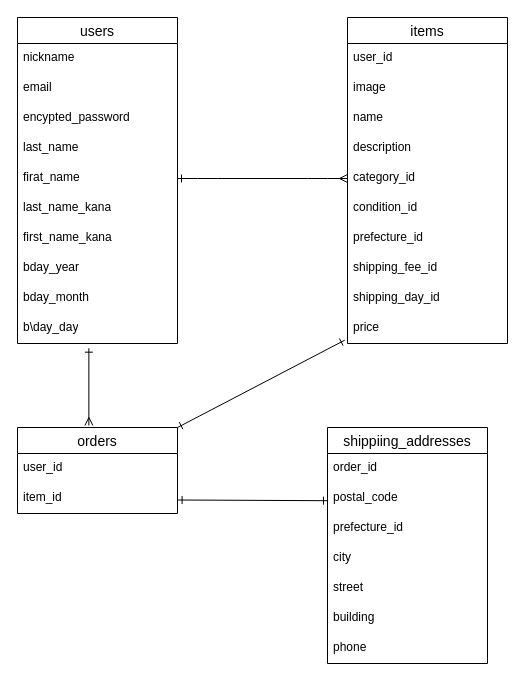
Earlier version of the draw.io diagram ER.dio (mipei02091218/furima-41811-). Source tidied: cells renumbered, new cells numbered last; positions are measured from the earlier drawing's top-left corner, leaving out a move shared by most shapes. Both pictures are drawn from the tidied source at 100%, with x=0, y=0 at pixel (17, 17).
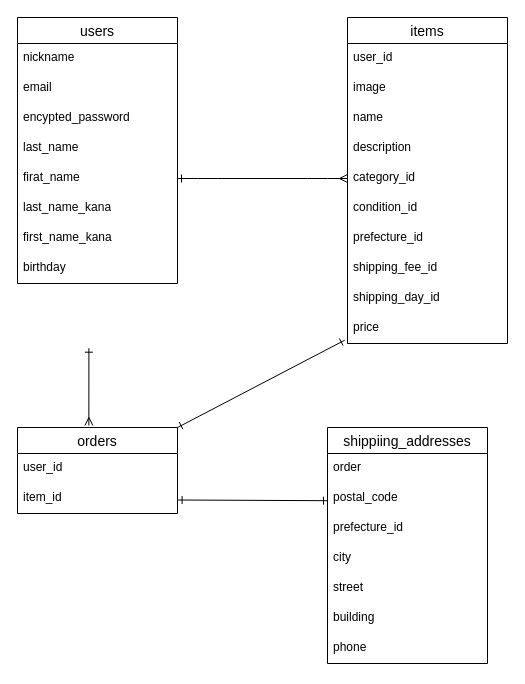
The same page after the edit.

Commit message (it also covers changes not shown here):
ER図とREADMEの修正２

The change refers to these unchanged cells:
```xml
<mxCell id="24" value="orders" style="swimlane;fontStyle=0;horizontal=1;startSize=26;align=center;fontSize=14;" parent="1" vertex="1">
  <mxGeometry y="410" width="160" height="86" as="geometry" />
</mxCell>
<mxCell id="27" value="shippiing_addresses" style="swimlane;fontStyle=0;horizontal=1;startSize=26;align=center;fontSize=14;" parent="1" vertex="1">
  <mxGeometry x="310" y="410" width="160" height="236" as="geometry" />
</mxCell>
```

What changed in the source:
```diff
@@
     <mxCell id="2" value="users" style="swimlane;fontStyle=0;horizontal=1;startSize=26;align=center;fontSize=14;" parent="1" vertex="1">
-      <mxGeometry width="160" height="326" as="geometry" />
+      <mxGeometry width="160" height="266" as="geometry" />
     </mxCell>
@@
-    <mxCell id="10" value="bday_year" style="text;strokeColor=none;fillColor=none;spacingLeft=4;spacingRight=4;overflow=hidden;fontSize=12;whiteSpace=wrap;html=1;" parent="2" vertex="1">
+    <mxCell id="10" value="birthday" style="text;strokeColor=none;fillColor=none;spacingLeft=4;spacingRight=4;overflow=hidden;fontSize=12;whiteSpace=wrap;html=1;" parent="2" vertex="1">
       <mxGeometry y="236" width="160" height="30" as="geometry" />
     </mxCell>
-    <mxCell id="11" value="bday_month" style="text;strokeColor=none;fillColor=none;spacingLeft=4;spacingRight=4;overflow=hidden;fontSize=12;whiteSpace=wrap;html=1;" parent="2" vertex="1">
-      <mxGeometry y="266" width="160" height="30" as="geometry" />
-    </mxCell>
-    <mxCell id="12" value="b\day_day" style="text;strokeColor=none;fillColor=none;spacingLeft=4;spacingRight=4;overflow=hidden;points=[[0,0.5],[1,0.5]];portConstraint=eastwest;fontSize=12;whiteSpace=wrap;html=1;" parent="2" vertex="1">
-      <mxGeometry y="296" width="160" height="30" as="geometry" />
-    </mxCell>
@@
-    <mxCell id="28" value="order_id" style="text;strokeColor=none;fillColor=none;spacingLeft=4;spacingRight=4;overflow=hidden;fontSize=12;whiteSpace=wrap;html=1;" parent="27" vertex="1">
+    <mxCell id="28" value="order" style="text;strokeColor=none;fillColor=none;spacingLeft=4;spacingRight=4;overflow=hidden;fontSize=12;whiteSpace=wrap;html=1;" parent="27" vertex="1">
       <mxGeometry y="26" width="160" height="30" as="geometry" />
     </mxCell>
@@
-    <mxCell id="38" style="endArrow=ERmany;html=1;rounded=0;entryX=0.446;entryY=-0.023;entryDx=0;entryDy=0;entryPerimeter=0;exitX=0.446;exitY=1.156;exitDx=0;exitDy=0;exitPerimeter=0;startArrow=ERone;startFill=0;endFill=0;" parent="1" edge="1" source="12" target="24">
-      <mxGeometry relative="1" as="geometry" />
+    <mxCell id="38" style="endArrow=ERmany;html=1;rounded=0;entryX=0.446;entryY=-0.023;entryDx=0;entryDy=0;entryPerimeter=0;exitX=0.446;exitY=1.156;exitDx=0;exitDy=0;exitPerimeter=0;startArrow=ERone;startFill=0;endFill=0;" parent="1" edge="1" target="24">
+      <mxGeometry relative="1" as="geometry">
+        <mxPoint x="71.4" y="330.7" as="sourcePoint" />
+      </mxGeometry>
     </mxCell>
```
